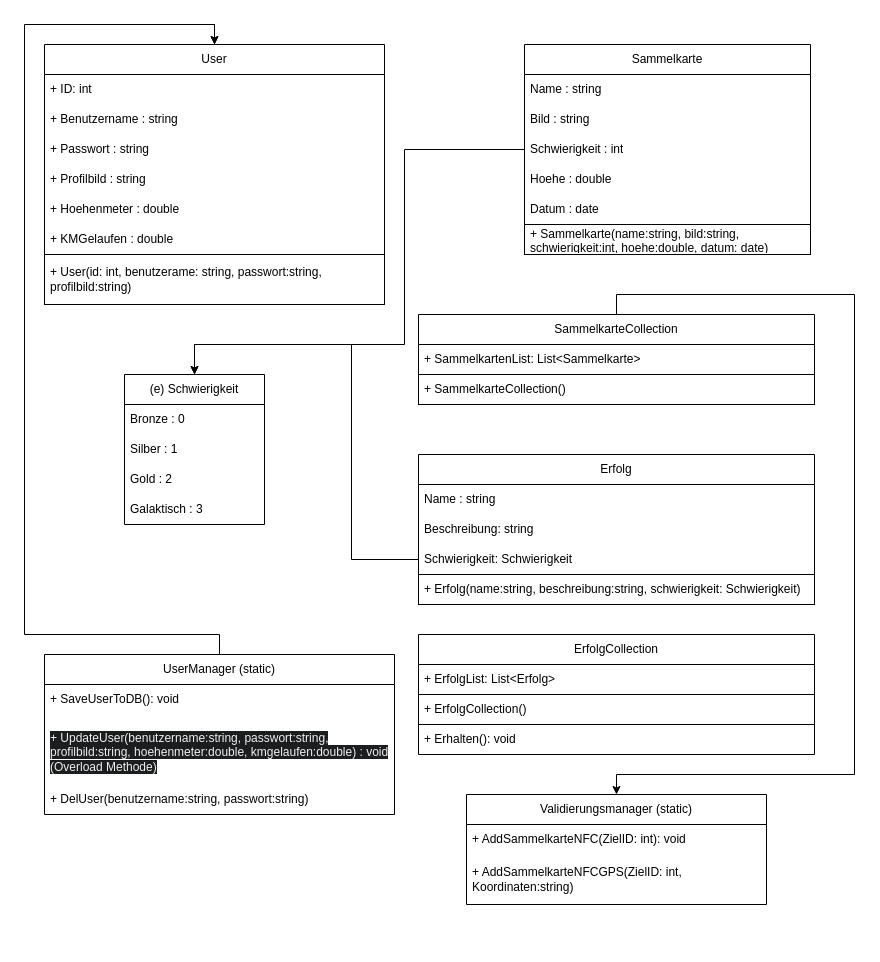
Before: doc/Klassendiagramm.drawio in BlJanosch/Hermes, a draw.io diagram. Source tidied: cells renumbered, new cells numbered last; positions are measured from the earlier drawing's top-left corner, leaving out a move shared by most shapes. Both pictures are drawn from the tidied source at 100%, with x=0, y=0 at pixel (24, 24).
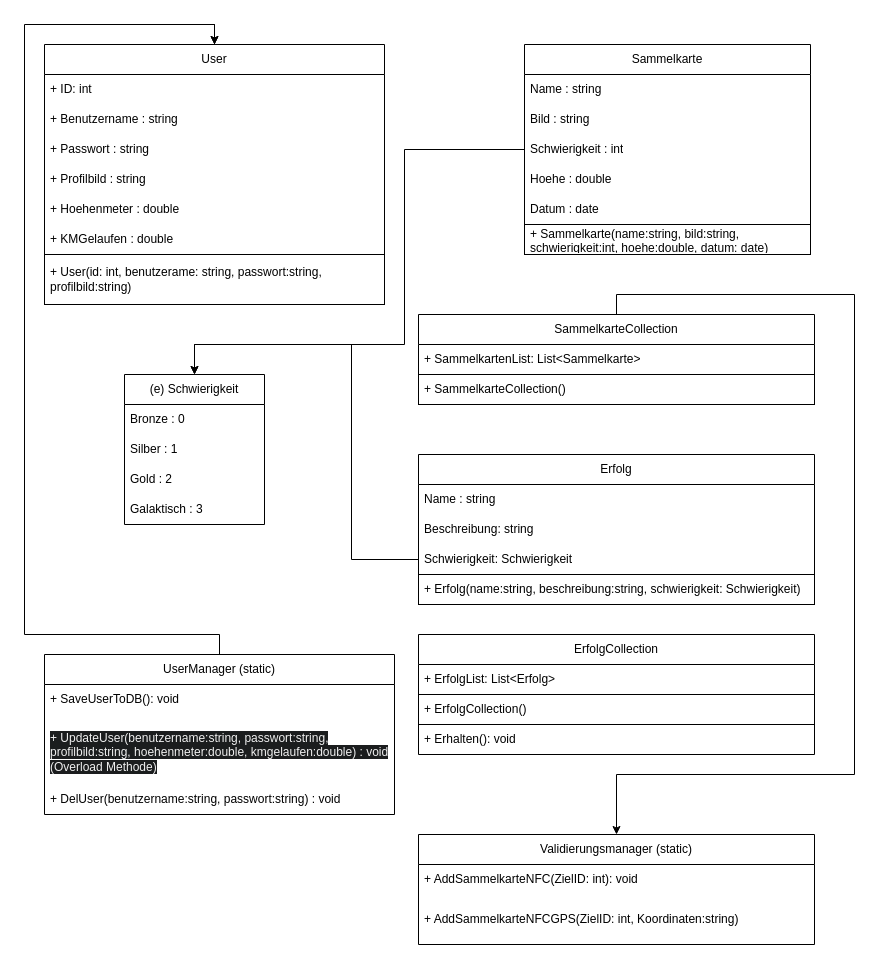
The same page after the edit.

Unchanged cells that the change refers to:
```xml
<mxCell id="36" value="UserManager (static)" style="swimlane;fontStyle=0;horizontal=1;startSize=30;whiteSpace=wrap;html=1;" parent="1" vertex="1">
  <mxGeometry x="20" y="630" width="350" height="160" as="geometry" />
</mxCell>
```

The edit, as a diff of the source:
```diff
@@
-    <mxCell id="39" value="+ DelUser(benutzername:string, passwort:string)" style="text;strokeColor=none;fillColor=none;align=left;verticalAlign=middle;spacingLeft=4;spacingRight=4;overflow=hidden;whiteSpace=wrap;html=1;" parent="36" vertex="1">
+    <mxCell id="39" value="+ DelUser(benutzername:string, passwort:string) : void" style="text;strokeColor=none;fillColor=none;align=left;verticalAlign=middle;spacingLeft=4;spacingRight=4;overflow=hidden;whiteSpace=wrap;html=1;" parent="36" vertex="1">
       <mxGeometry y="130" width="350" height="30" as="geometry" />
     </mxCell>
@@
     <mxCell id="43" value="Validierungsmanager (static)" style="swimlane;fontStyle=0;horizontal=1;startSize=30;whiteSpace=wrap;html=1;" parent="1" vertex="1">
-      <mxGeometry x="442" y="770" width="300" height="110" as="geometry" />
+      <mxGeometry x="394" y="810" width="396" height="110" as="geometry" />
     </mxCell>
     <mxCell id="44" value="+ AddSammelkarteNFC(ZielID: int): void" style="text;strokeColor=none;fillColor=none;align=left;verticalAlign=middle;spacingLeft=4;spacingRight=4;overflow=hidden;whiteSpace=wrap;html=1;" parent="43" vertex="1">
-      <mxGeometry y="30" width="300" height="30" as="geometry" />
+      <mxGeometry y="30" width="396" height="30" as="geometry" />
     </mxCell>
     <mxCell id="45" value="+ AddSammelkarteNFCGPS(ZielID: int, Koordinaten:string)" style="text;strokeColor=none;fillColor=none;align=left;verticalAlign=middle;spacingLeft=4;spacingRight=4;overflow=hidden;whiteSpace=wrap;html=1;" parent="43" vertex="1">
-      <mxGeometry y="60" width="300" height="50" as="geometry" />
+      <mxGeometry y="60" width="396" height="50" as="geometry" />
     </mxCell>
```
